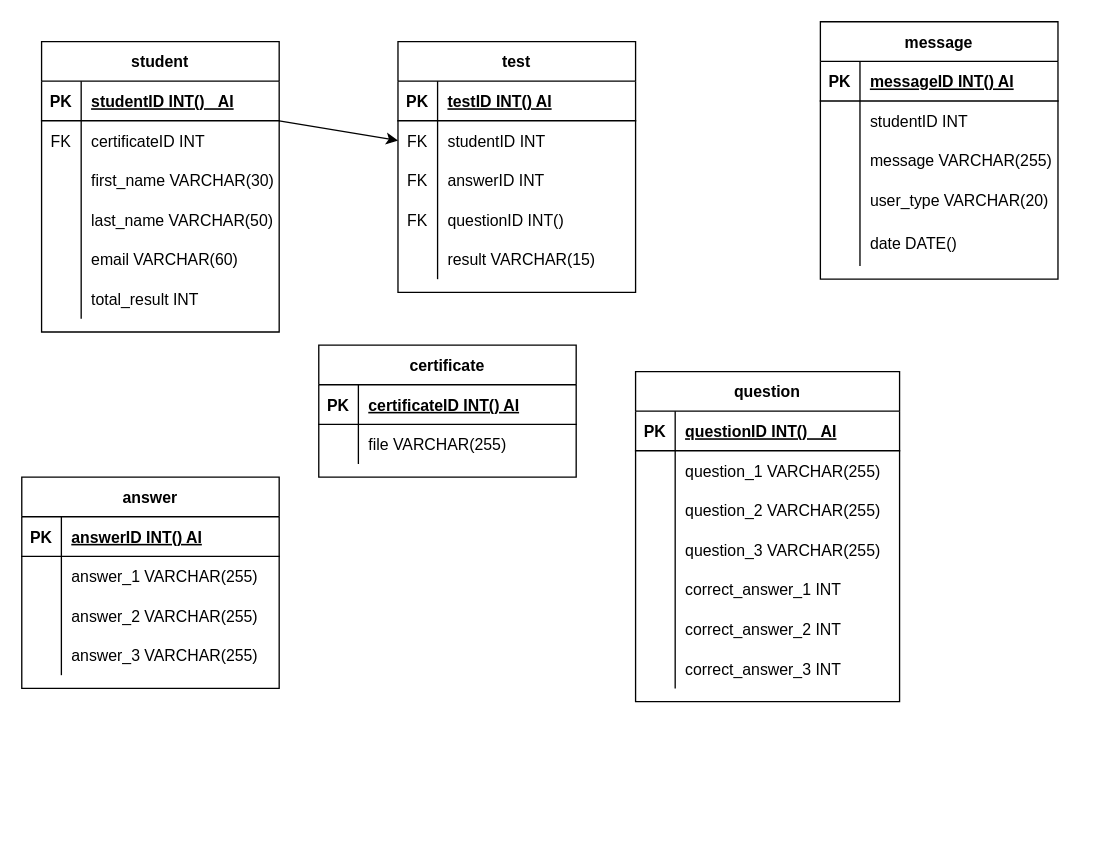
jotiaine/Fullstack_kehittaminen keeps this draw.io diagram as database/drawio/database.drawio. Above is the earlier version. Source tidied: cells renumbered, new cells numbered last; positions are measured from the earlier drawing's top-left corner, leaving out a move shared by most shapes. Both pictures are drawn from the tidied source at 132%, with x=0, y=0 at pixel (21, 21).
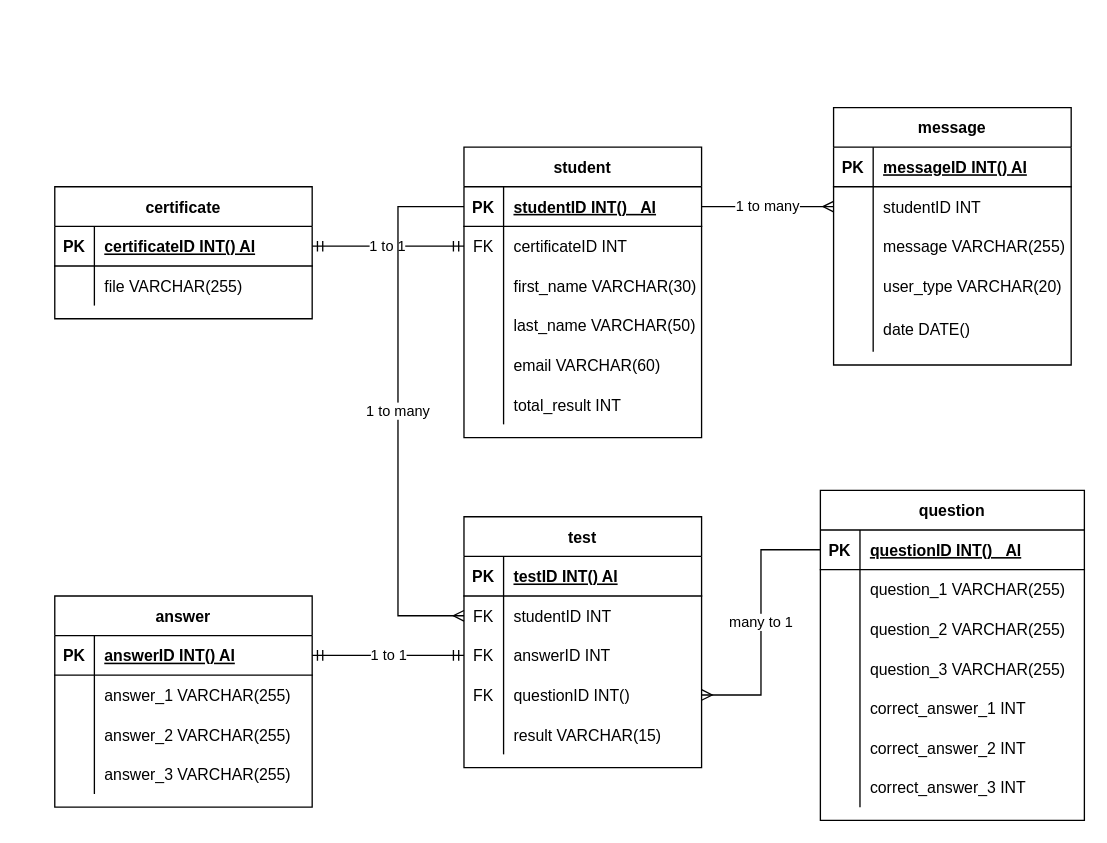
Above is the later version.

The change refers to these unchanged cells:
```xml
<mxCell id="3" style="shape=partialRectangle;fillColor=none;top=0;left=0;bottom=1;right=0;points=[[0,0.5],[1,0.5]];portConstraint=eastwest;" parent="2" vertex="1">
  <mxGeometry y="30" width="200" height="30" as="geometry" />
</mxCell>
<mxCell id="28" style="shape=partialRectangle;fillColor=none;top=0;left=0;bottom=0;right=0;points=[[0,0.5],[1,0.5]];portConstraint=eastwest;" parent="24" vertex="1">
  <mxGeometry y="60" width="180" height="30" as="geometry" />
</mxCell>
<mxCell id="31" style="shape=partialRectangle;fillColor=none;top=0;left=0;bottom=0;right=0;points=[[0,0.5],[1,0.5]];portConstraint=eastwest;" parent="24" vertex="1">
  <mxGeometry y="90" width="180" height="30" as="geometry" />
</mxCell>
<mxCell id="34" style="shape=partialRectangle;fillColor=none;top=0;left=0;bottom=0;right=0;points=[[0,0.5],[1,0.5]];portConstraint=eastwest;" parent="24" vertex="1">
  <mxGeometry y="120" width="180" height="30" as="geometry" />
</mxCell>
<mxCell id="41" style="shape=partialRectangle;fillColor=none;top=0;left=0;bottom=1;right=0;points=[[0,0.5],[1,0.5]];portConstraint=eastwest;" parent="40" vertex="1">
  <mxGeometry y="30" width="195" height="30" as="geometry" />
</mxCell>
<mxCell id="57" style="shape=partialRectangle;fillColor=none;top=0;left=0;bottom=0;right=0;points=[[0,0.5],[1,0.5]];portConstraint=eastwest;" parent="53" vertex="1">
  <mxGeometry y="60" width="180" height="30" as="geometry" />
</mxCell>
<mxCell id="70" style="shape=partialRectangle;fillColor=none;top=0;left=0;bottom=1;right=0;points=[[0,0.5],[1,0.5]];portConstraint=eastwest;" parent="69" vertex="1">
  <mxGeometry y="30" width="180" height="30" as="geometry" />
</mxCell>
<mxCell id="73" style="shape=partialRectangle;fillColor=none;top=0;left=0;bottom=0;right=0;points=[[0,0.5],[1,0.5]];portConstraint=eastwest;" parent="69" vertex="1">
  <mxGeometry y="60" width="180" height="30" as="geometry" />
</mxCell>
<mxCell id="90" style="shape=partialRectangle;fillColor=none;top=0;left=0;bottom=1;right=0;points=[[0,0.5],[1,0.5]];portConstraint=eastwest;" parent="89" vertex="1">
  <mxGeometry y="30" width="195" height="30" as="geometry" />
</mxCell>
```

Change to the diagram source:
```diff
@@
     <mxCell id="2" value="question" style="shape=table;startSize=30;childLayout=tableLayout;rowLines=0;fontStyle=1;align=center;" parent="1" vertex="1">
-      <mxGeometry x="465" y="265" width="200" height="250" as="geometry" />
+      <mxGeometry x="605" y="355" width="200" height="250" as="geometry" />
     </mxCell>
@@
     <mxCell id="24" value="test" style="shape=table;startSize=30;childLayout=tableLayout;rowLines=0;fontStyle=1;align=center;" parent="1" vertex="1">
-      <mxGeometry x="285" y="15" width="180" height="190" as="geometry" />
+      <mxGeometry x="335" y="375" width="180" height="190" as="geometry" />
     </mxCell>
@@
     <mxCell id="40" value="answer" style="shape=table;startSize=30;childLayout=tableLayout;rowLines=0;fontStyle=1;align=center;" parent="1" vertex="1">
-      <mxGeometry y="345" width="195" height="160" as="geometry" />
+      <mxGeometry x="25" y="435" width="195" height="160" as="geometry" />
     </mxCell>
@@
     <mxCell id="53" value="message" style="shape=table;startSize=30;childLayout=tableLayout;rowLines=0;fontStyle=1;align=center;" parent="1" vertex="1">
-      <mxGeometry x="605" width="180" height="195" as="geometry" />
+      <mxGeometry x="615" y="65" width="180" height="195" as="geometry" />
     </mxCell>
@@
     <mxCell id="69" value="student" style="shape=table;startSize=30;childLayout=tableLayout;rowLines=0;fontStyle=1;align=center;" parent="1" vertex="1">
-      <mxGeometry x="15" y="15" width="180" height="220" as="geometry" />
+      <mxGeometry x="335" y="95" width="180" height="220" as="geometry" />
     </mxCell>
@@
-    <mxCell id="88" style="edgeStyle=none;html=1;entryX=0;entryY=0.5;entryDx=0;entryDy=0;" parent="1" edge="1" source="70" target="28">
-      <mxGeometry relative="1" as="geometry" />
-    </mxCell>
     <mxCell id="89" value="certificate" style="shape=table;startSize=30;childLayout=tableLayout;rowLines=0;fontStyle=1;align=center;" parent="1" vertex="1">
-      <mxGeometry x="225" y="245" width="195" height="100" as="geometry" />
+      <mxGeometry x="25" y="125" width="195" height="100" as="geometry" />
     </mxCell>
@@
+    <mxCell id="96" value="1 to many" style="endArrow=ERmany;startArrow=none;endFill=0;startFill=0;html=1;rounded=0;entryX=0;entryY=0.5;entryDx=0;entryDy=0;exitX=1;exitY=0.5;exitDx=0;exitDy=0;" parent="1" edge="1" source="70" target="57">
+      <mxGeometry relative="1" as="geometry" />
+    </mxCell>
+    <mxCell id="97" value="1 to 1" style="endArrow=ERmandOne;startArrow=ERmandOne;endFill=0;startFill=0;html=1;rounded=0;entryX=1;entryY=0.5;entryDx=0;entryDy=0;exitX=0;exitY=0.5;exitDx=0;exitDy=0;" parent="1" edge="1" source="73" target="90">
+      <mxGeometry relative="1" as="geometry" />
+    </mxCell>
+    <mxCell id="88" value="1 to many" style="endArrow=ERmany;startArrow=none;endFill=0;startFill=0;html=1;rounded=0;entryX=0;entryY=0.5;entryDx=0;entryDy=0;exitX=0;exitY=0.5;exitDx=0;exitDy=0;edgeStyle=orthogonalEdgeStyle;" parent="1" edge="1" source="70" target="28">
+      <mxGeometry relative="1" as="geometry">
+        <Array as="points">
+          <mxPoint x="285" y="140" />
+          <mxPoint x="285" y="450" />
+        </Array>
+      </mxGeometry>
+    </mxCell>
+    <mxCell id="98" value="1 to 1" style="endArrow=ERmandOne;startArrow=ERmandOne;endFill=0;startFill=0;html=1;rounded=0;entryX=0;entryY=0.5;entryDx=0;entryDy=0;exitX=1;exitY=0.5;exitDx=0;exitDy=0;" parent="1" edge="1" source="41" target="31">
+      <mxGeometry relative="1" as="geometry" />
+    </mxCell>
+    <mxCell id="99" value="many to 1" style="endArrow=none;startArrow=ERmany;endFill=0;startFill=0;html=1;rounded=0;entryX=0;entryY=0.5;entryDx=0;entryDy=0;exitX=1;exitY=0.5;exitDx=0;exitDy=0;edgeStyle=orthogonalEdgeStyle;" parent="1" edge="1" source="34" target="3">
+      <mxGeometry relative="1" as="geometry" />
+    </mxCell>
```
